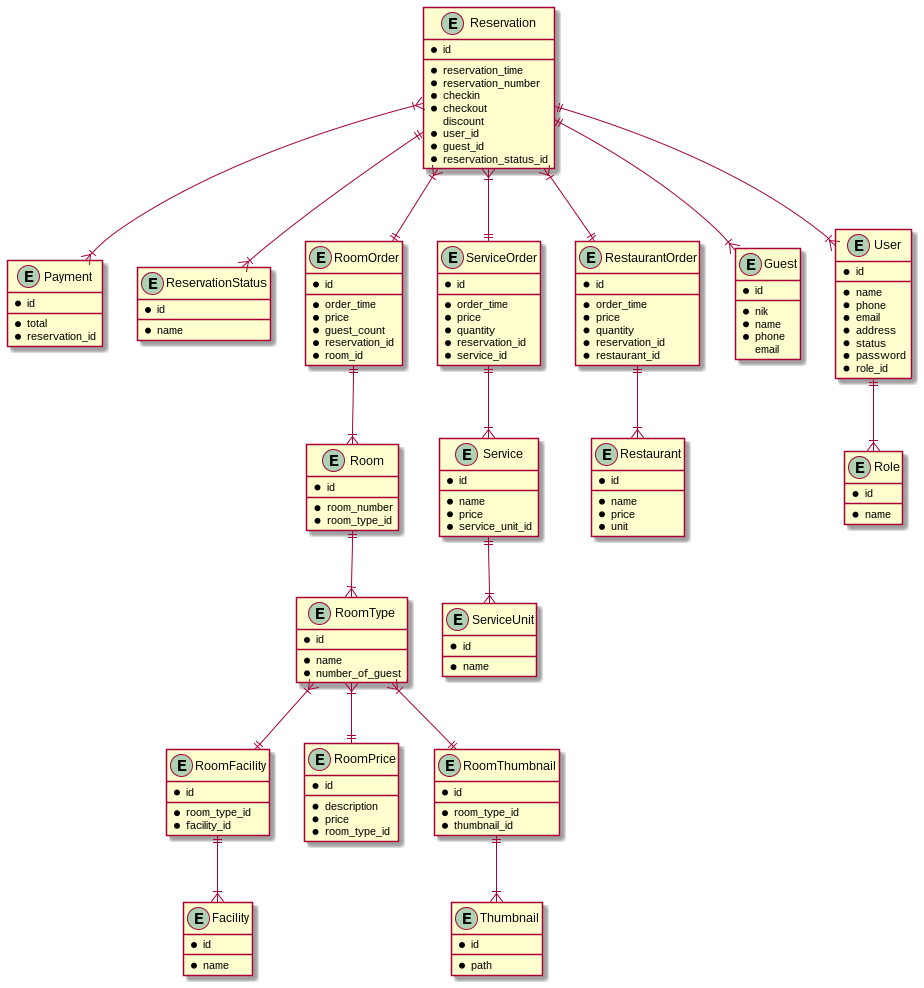
This is designs/diagrams/database/SemuwainnDatabase.png from MuhammadIqbalAfandi/semuwainn, a PlantUML export, as it was before one commit.
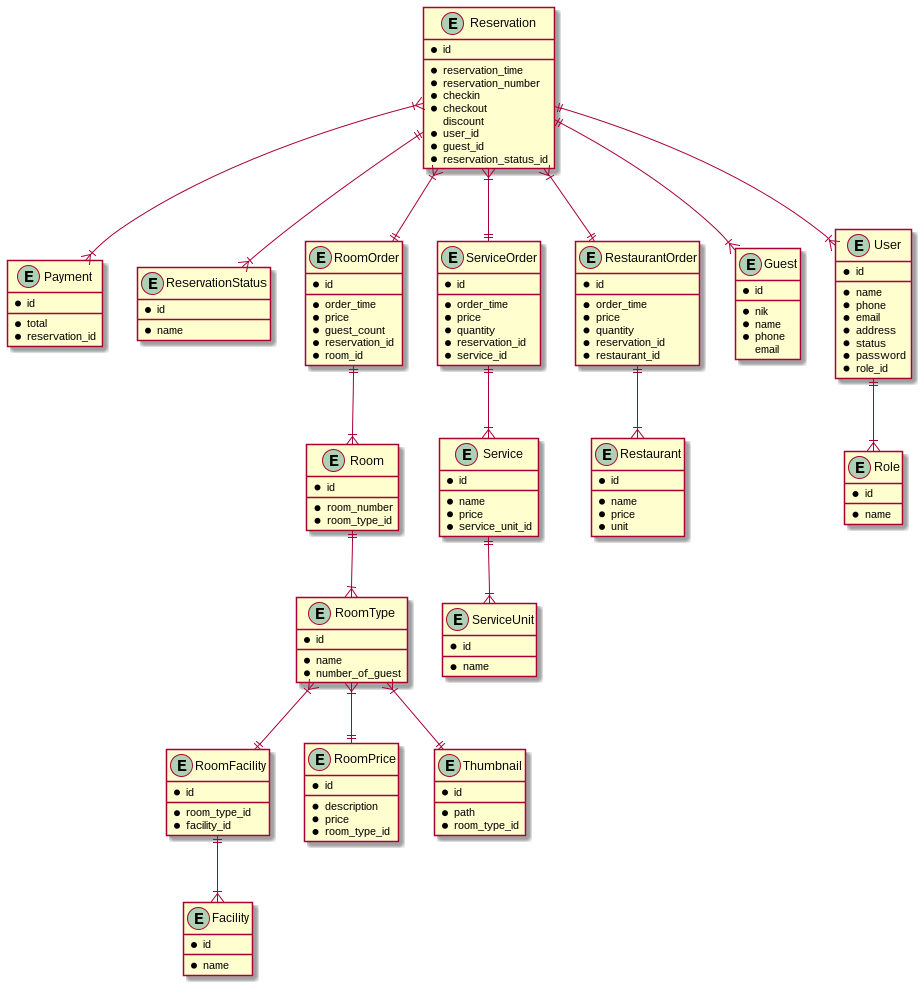
After the commit.

Diff of the diagram source:
```diff
@@ -139,17 +139,11 @@
     * name
   }
 
-  entity RoomThumbnail {
-    * id
-    __
-    * room_type_id
-    * thumbnail_id
-  }
-
   entity Thumbnail {
     * id
     __
     * path
+    * room_type_id
   }
 
   Reservation ||--|{ ReservationStatus
@@ -163,9 +157,8 @@
   Room ||--|{ RoomType
   RoomType }|--|| RoomPrice
   RoomType }|--|| RoomFacility
-  RoomType }|--|| RoomThumbnail
+  RoomType }|--|| Thumbnail
   RoomFacility ||--|{ Facility
-  RoomThumbnail ||--|{ Thumbnail
   ServiceOrder ||--|{ Service
   Service ||--|{ ServiceUnit
   RestaurantOrder ||--|{ Restaurant
```
